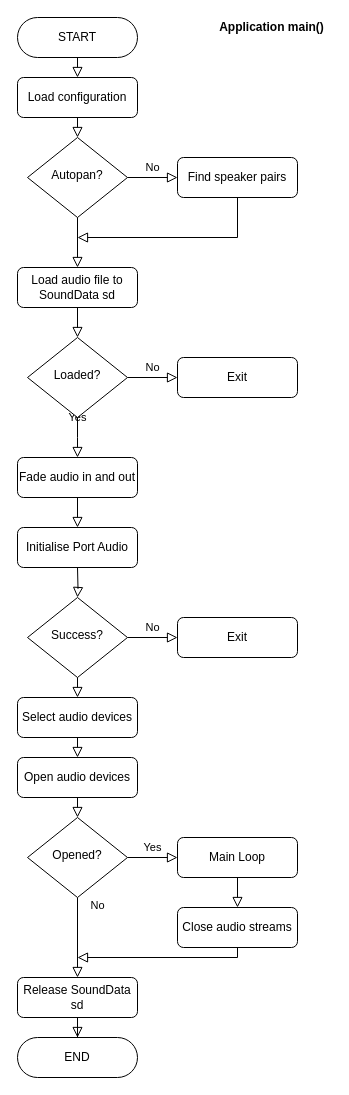
Before: page "main()" (1 of 3) of Audio1/diagram.drawio in spatmus/alps, a draw.io diagram. Source tidied: cells renumbered, new cells numbered last; positions are measured from the earlier drawing's top-left corner, leaving out a move shared by most shapes. Both pictures are drawn from the tidied source at 100%, with x=0, y=0 at pixel (17, 17).
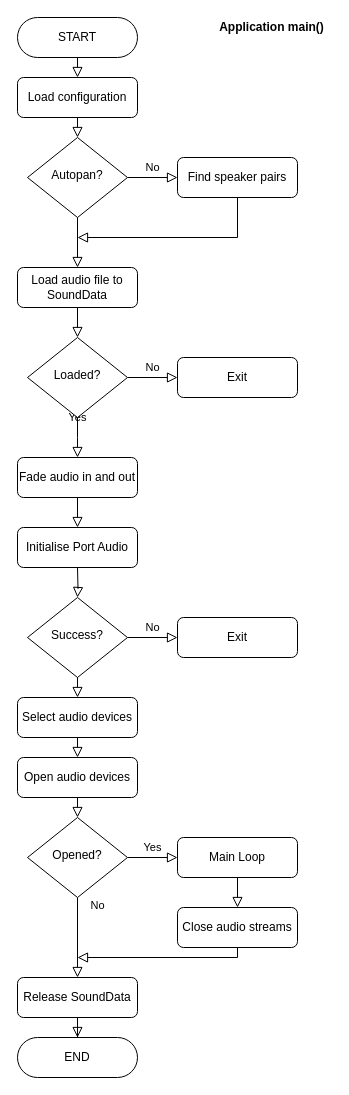
The same page after the edit.

What changed in the source:
```diff
@@
-    <mxCell id="3" value="Load audio file to SoundData sd" style="rounded=1;whiteSpace=wrap;html=1;fontSize=12;glass=0;strokeWidth=1;shadow=0;" parent="1" vertex="1">
+    <mxCell id="3" value="Load audio file to SoundData" style="rounded=1;whiteSpace=wrap;html=1;fontSize=12;glass=0;strokeWidth=1;shadow=0;" parent="1" vertex="1">
       <mxGeometry y="250" width="120" height="40" as="geometry" />
     </mxCell>
@@
-    <mxCell id="11" value="Release SoundData sd" style="rounded=1;whiteSpace=wrap;html=1;fontSize=12;glass=0;strokeWidth=1;shadow=0;" parent="1" vertex="1">
+    <mxCell id="11" value="Release SoundData" style="rounded=1;whiteSpace=wrap;html=1;fontSize=12;glass=0;strokeWidth=1;shadow=0;" parent="1" vertex="1">
       <mxGeometry y="960" width="120" height="40" as="geometry" />
     </mxCell>
```
